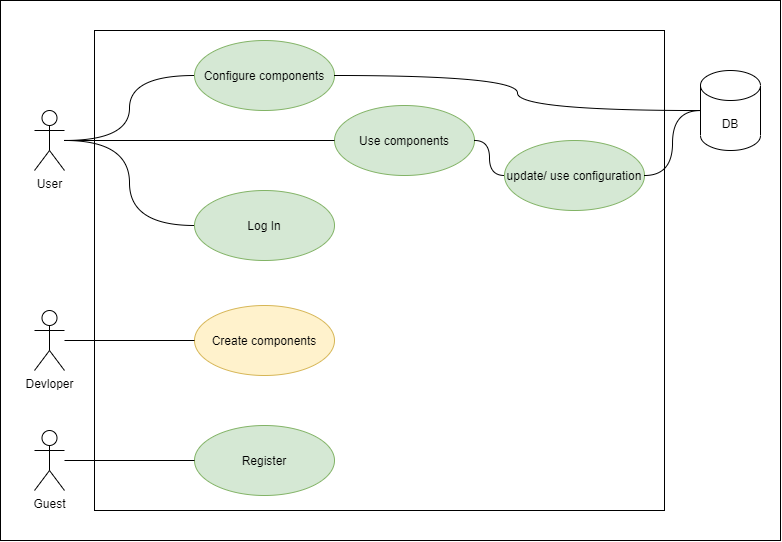
Before: usecase/UseCase.drawio.png, a diagram exported from draw.io (papatohu/docs). Source tidied: cells renumbered, new cells last; positions are measured from the earlier drawing's top-left corner, leaving out a move shared by most shapes.
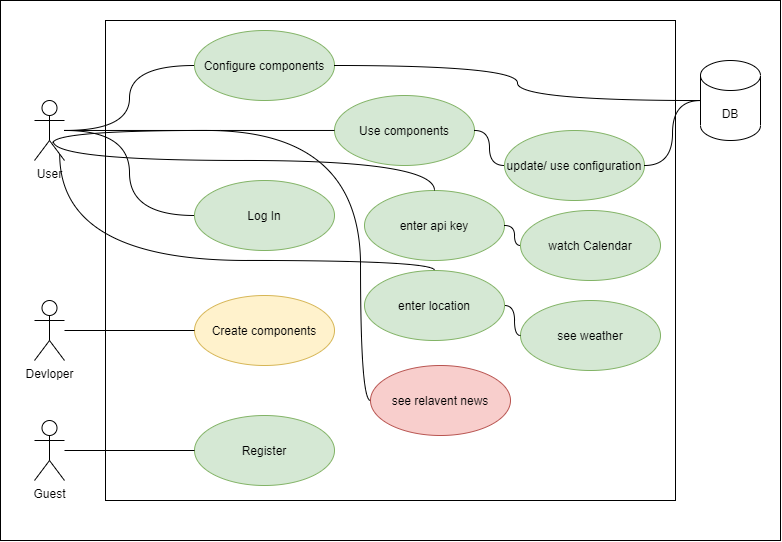
After the change.

Change to the diagram source:
```diff
@@ -3,10 +3,10 @@
     <mxCell id="0" />
     <mxCell id="1" parent="0" />
     <mxCell id="2" style="html=1;fillColor=none;" parent="1" vertex="1">
-      <mxGeometry width="780" height="540" as="geometry" />
+      <mxGeometry y="10" width="780" height="540" as="geometry" />
     </mxCell>
     <mxCell id="3" style="html=1;" parent="1" vertex="1">
-      <mxGeometry x="94" y="30" width="570" height="480" as="geometry" />
+      <mxGeometry x="105" y="30" width="570" height="480" as="geometry" />
     </mxCell>
     <mxCell id="4" value="Configure components" style="ellipse;whiteSpace=wrap;html=1;fillColor=#d5e8d4;strokeColor=#82b366;" parent="1" vertex="1">
       <mxGeometry x="194" y="40" width="140" height="70" as="geometry" />
@@ -36,7 +36,12 @@
       <mxGeometry relative="1" as="geometry" />
     </mxCell>
     <mxCell id="13" style="endArrow=none;html=1;edgeStyle=orthogonalEdgeStyle;rounded=0;curved=1;" parent="1" edge="1" source="6" target="9">
-      <mxGeometry relative="1" as="geometry" />
+      <mxGeometry relative="1" as="geometry">
+        <Array as="points">
+          <mxPoint x="220" y="140" />
+          <mxPoint x="220" y="140" />
+        </Array>
+      </mxGeometry>
     </mxCell>
     <mxCell id="14" style="endArrow=none;html=1;edgeStyle=orthogonalEdgeStyle;rounded=0;curved=1;" parent="1" edge="1" source="5" target="7">
       <mxGeometry relative="1" as="geometry" />
@@ -62,5 +67,51 @@
     <mxCell id="21" style="endArrow=none;html=1;edgeStyle=orthogonalEdgeStyle;rounded=0;curved=1;" parent="1" edge="1" source="19" target="20">
       <mxGeometry relative="1" as="geometry" />
     </mxCell>
+    <mxCell id="22" value="see&amp;nbsp;weather" style="ellipse;whiteSpace=wrap;html=1;fillColor=#d5e8d4;strokeColor=#82b366;" parent="1" vertex="1">
+      <mxGeometry x="520" y="310" width="140" height="70" as="geometry" />
+    </mxCell>
+    <mxCell id="23" value="enter api key" style="ellipse;whiteSpace=wrap;html=1;fillColor=#d5e8d4;strokeColor=#82b366;" parent="1" vertex="1">
+      <mxGeometry x="364" y="200" width="140" height="70" as="geometry" />
+    </mxCell>
+    <mxCell id="24" value="watch Calendar" style="ellipse;whiteSpace=wrap;html=1;fillColor=#d5e8d4;strokeColor=#82b366;" parent="1" vertex="1">
+      <mxGeometry x="520" y="220" width="140" height="70" as="geometry" />
+    </mxCell>
+    <mxCell id="25" style="endArrow=none;html=1;edgeStyle=orthogonalEdgeStyle;rounded=0;curved=1;exitX=0.627;exitY=0.68;exitDx=0;exitDy=0;exitPerimeter=0;" parent="1" edge="1" source="6" target="23">
+      <mxGeometry relative="1" as="geometry">
+        <Array as="points">
+          <mxPoint x="53" y="170" />
+          <mxPoint x="434" y="170" />
+        </Array>
+      </mxGeometry>
+    </mxCell>
+    <mxCell id="26" style="endArrow=none;html=1;edgeStyle=orthogonalEdgeStyle;rounded=0;curved=1;" parent="1" edge="1" source="23" target="24">
+      <mxGeometry relative="1" as="geometry" />
+    </mxCell>
+    <mxCell id="27" style="endArrow=none;html=1;edgeStyle=orthogonalEdgeStyle;rounded=0;curved=1;" parent="1" edge="1" source="28" target="22">
+      <mxGeometry relative="1" as="geometry" />
+    </mxCell>
+    <mxCell id="28" value="enter location" style="ellipse;whiteSpace=wrap;html=1;fillColor=#d5e8d4;strokeColor=#82b366;" parent="1" vertex="1">
+      <mxGeometry x="364" y="280" width="140" height="70" as="geometry" />
+    </mxCell>
+    <mxCell id="29" style="endArrow=none;html=1;edgeStyle=orthogonalEdgeStyle;rounded=0;curved=1;exitX=0.84;exitY=0.893;exitDx=0;exitDy=0;exitPerimeter=0;" parent="1" edge="1" source="6" target="28">
+      <mxGeometry relative="1" as="geometry">
+        <Array as="points">
+          <mxPoint x="59" y="270" />
+          <mxPoint x="434" y="270" />
+        </Array>
+      </mxGeometry>
+    </mxCell>
+    <mxCell id="30" value="see relavent news" style="ellipse;whiteSpace=wrap;html=1;fillColor=#f8cecc;strokeColor=#b85450;" parent="1" vertex="1">
+      <mxGeometry x="370" y="375" width="140" height="70" as="geometry" />
+    </mxCell>
+    <mxCell id="31" style="endArrow=none;html=1;edgeStyle=orthogonalEdgeStyle;rounded=0;curved=1;exitX=0.61;exitY=0.714;exitDx=0;exitDy=0;exitPerimeter=0;" parent="1" edge="1" source="6" target="30">
+      <mxGeometry relative="1" as="geometry">
+        <Array as="points">
+          <mxPoint x="52" y="140" />
+          <mxPoint x="360" y="140" />
+          <mxPoint x="360" y="410" />
+        </Array>
+      </mxGeometry>
+    </mxCell>
   </root>
 </mxGraphModel>
```
